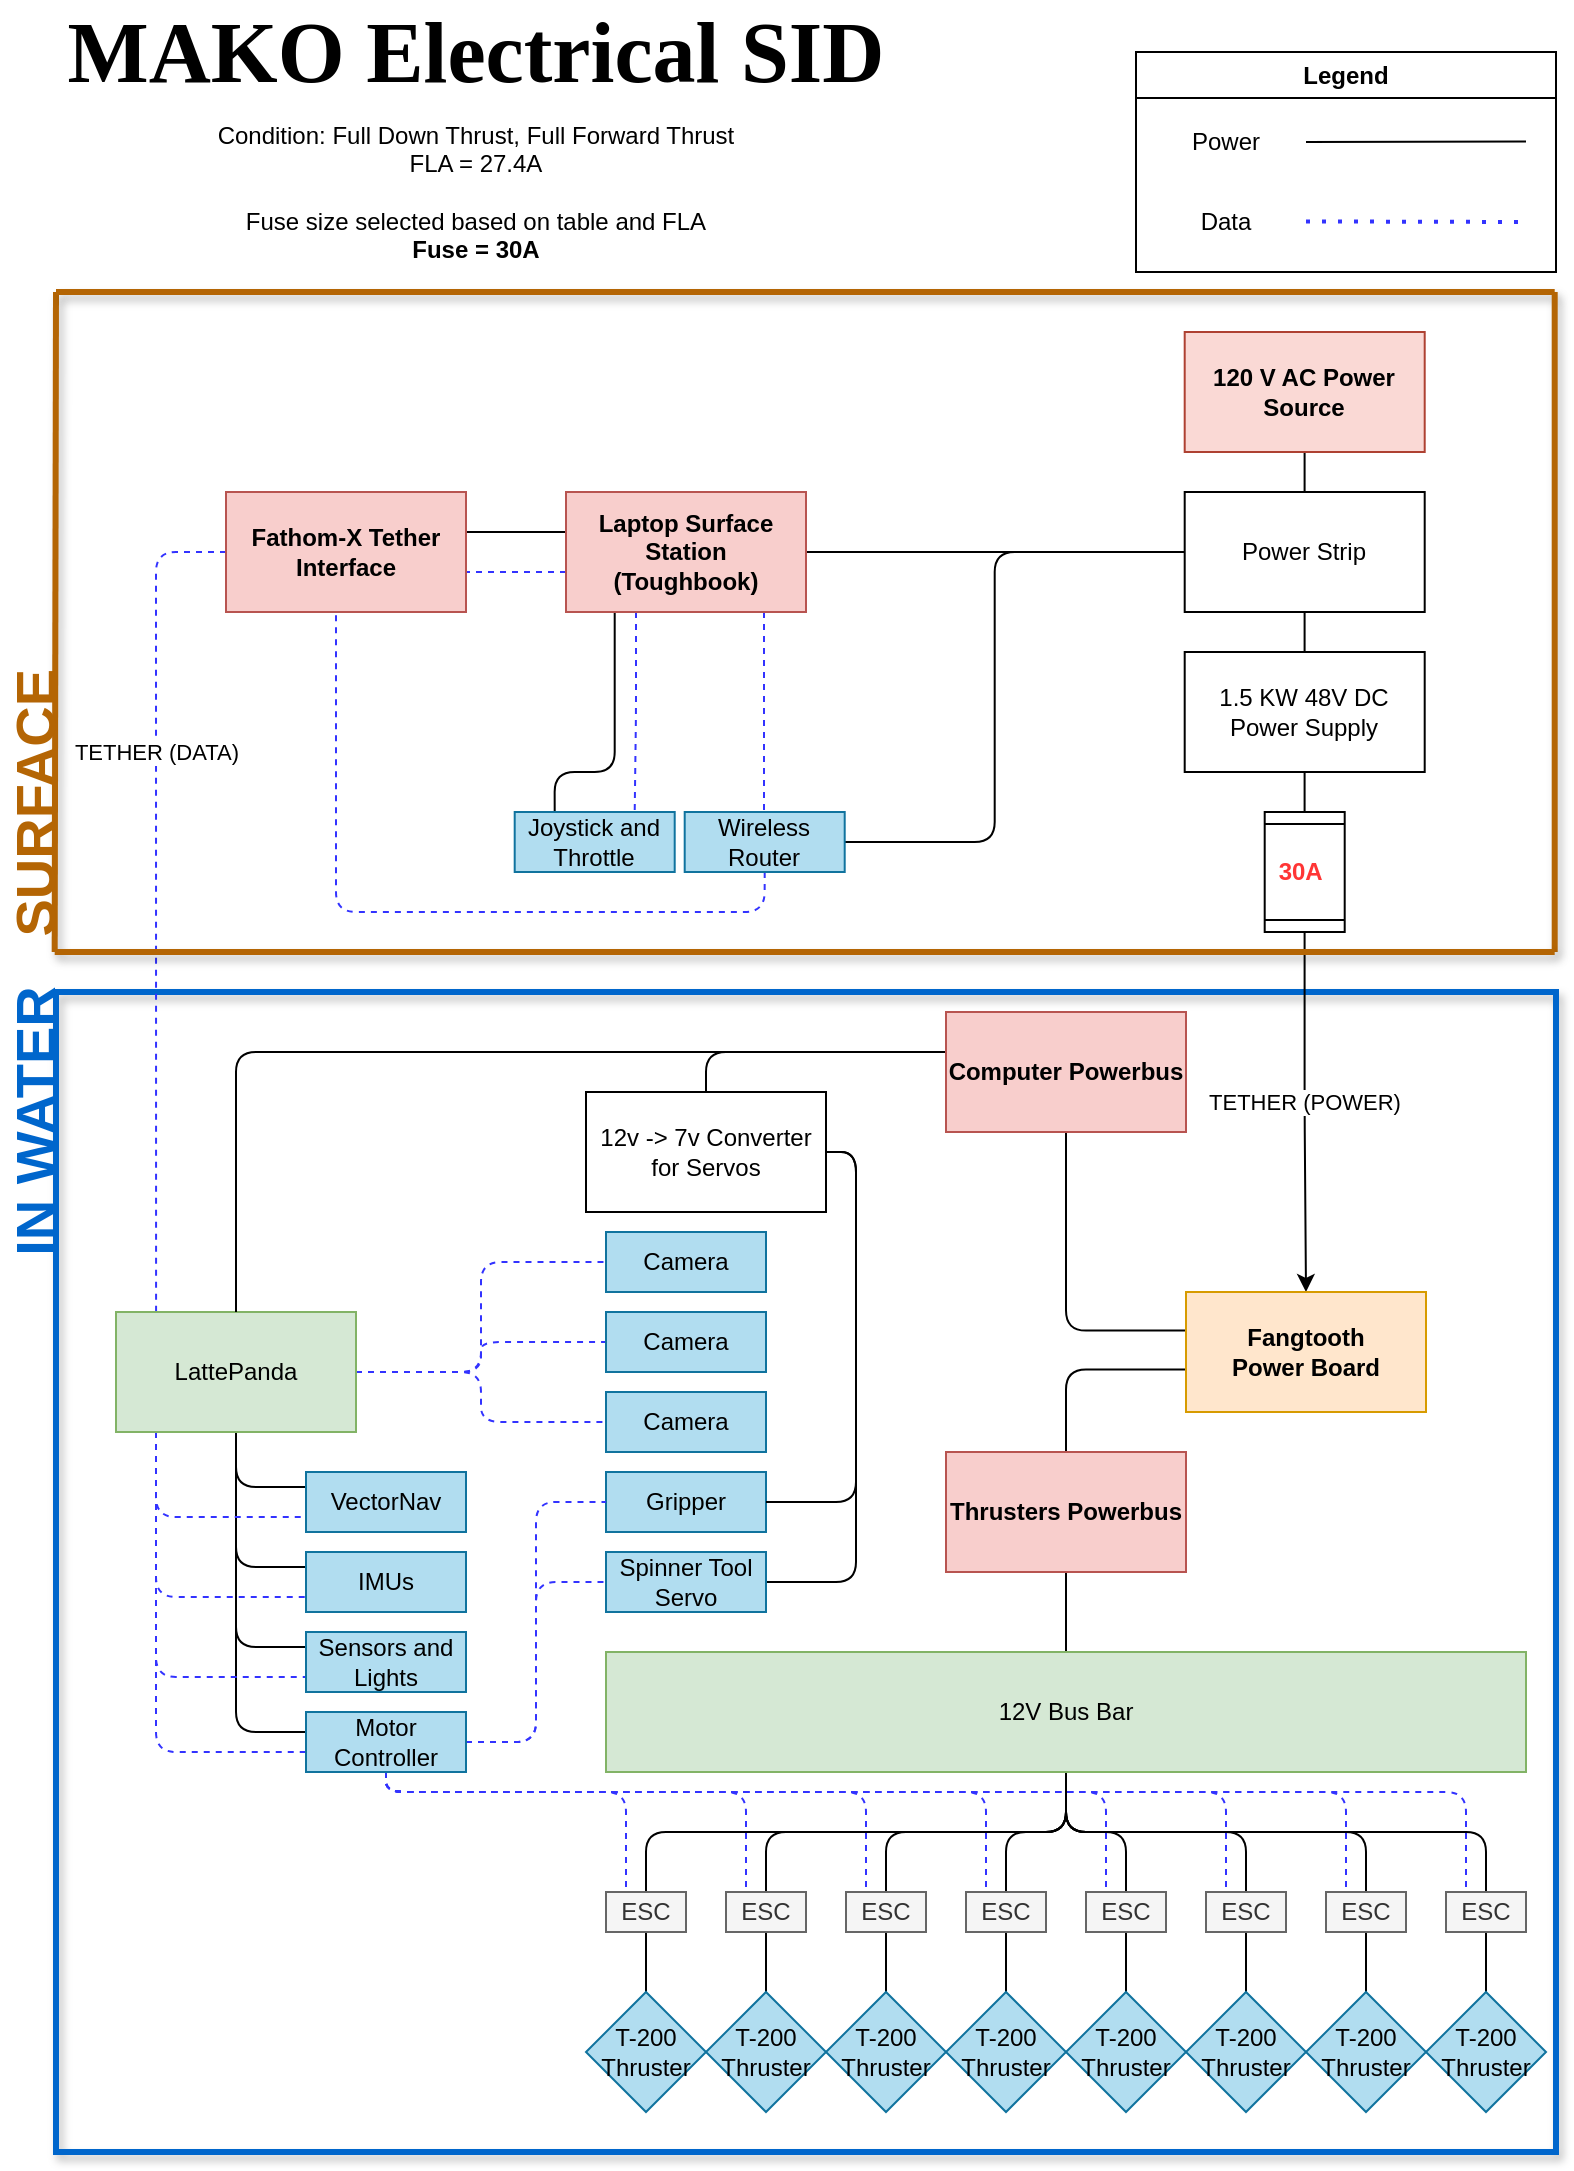
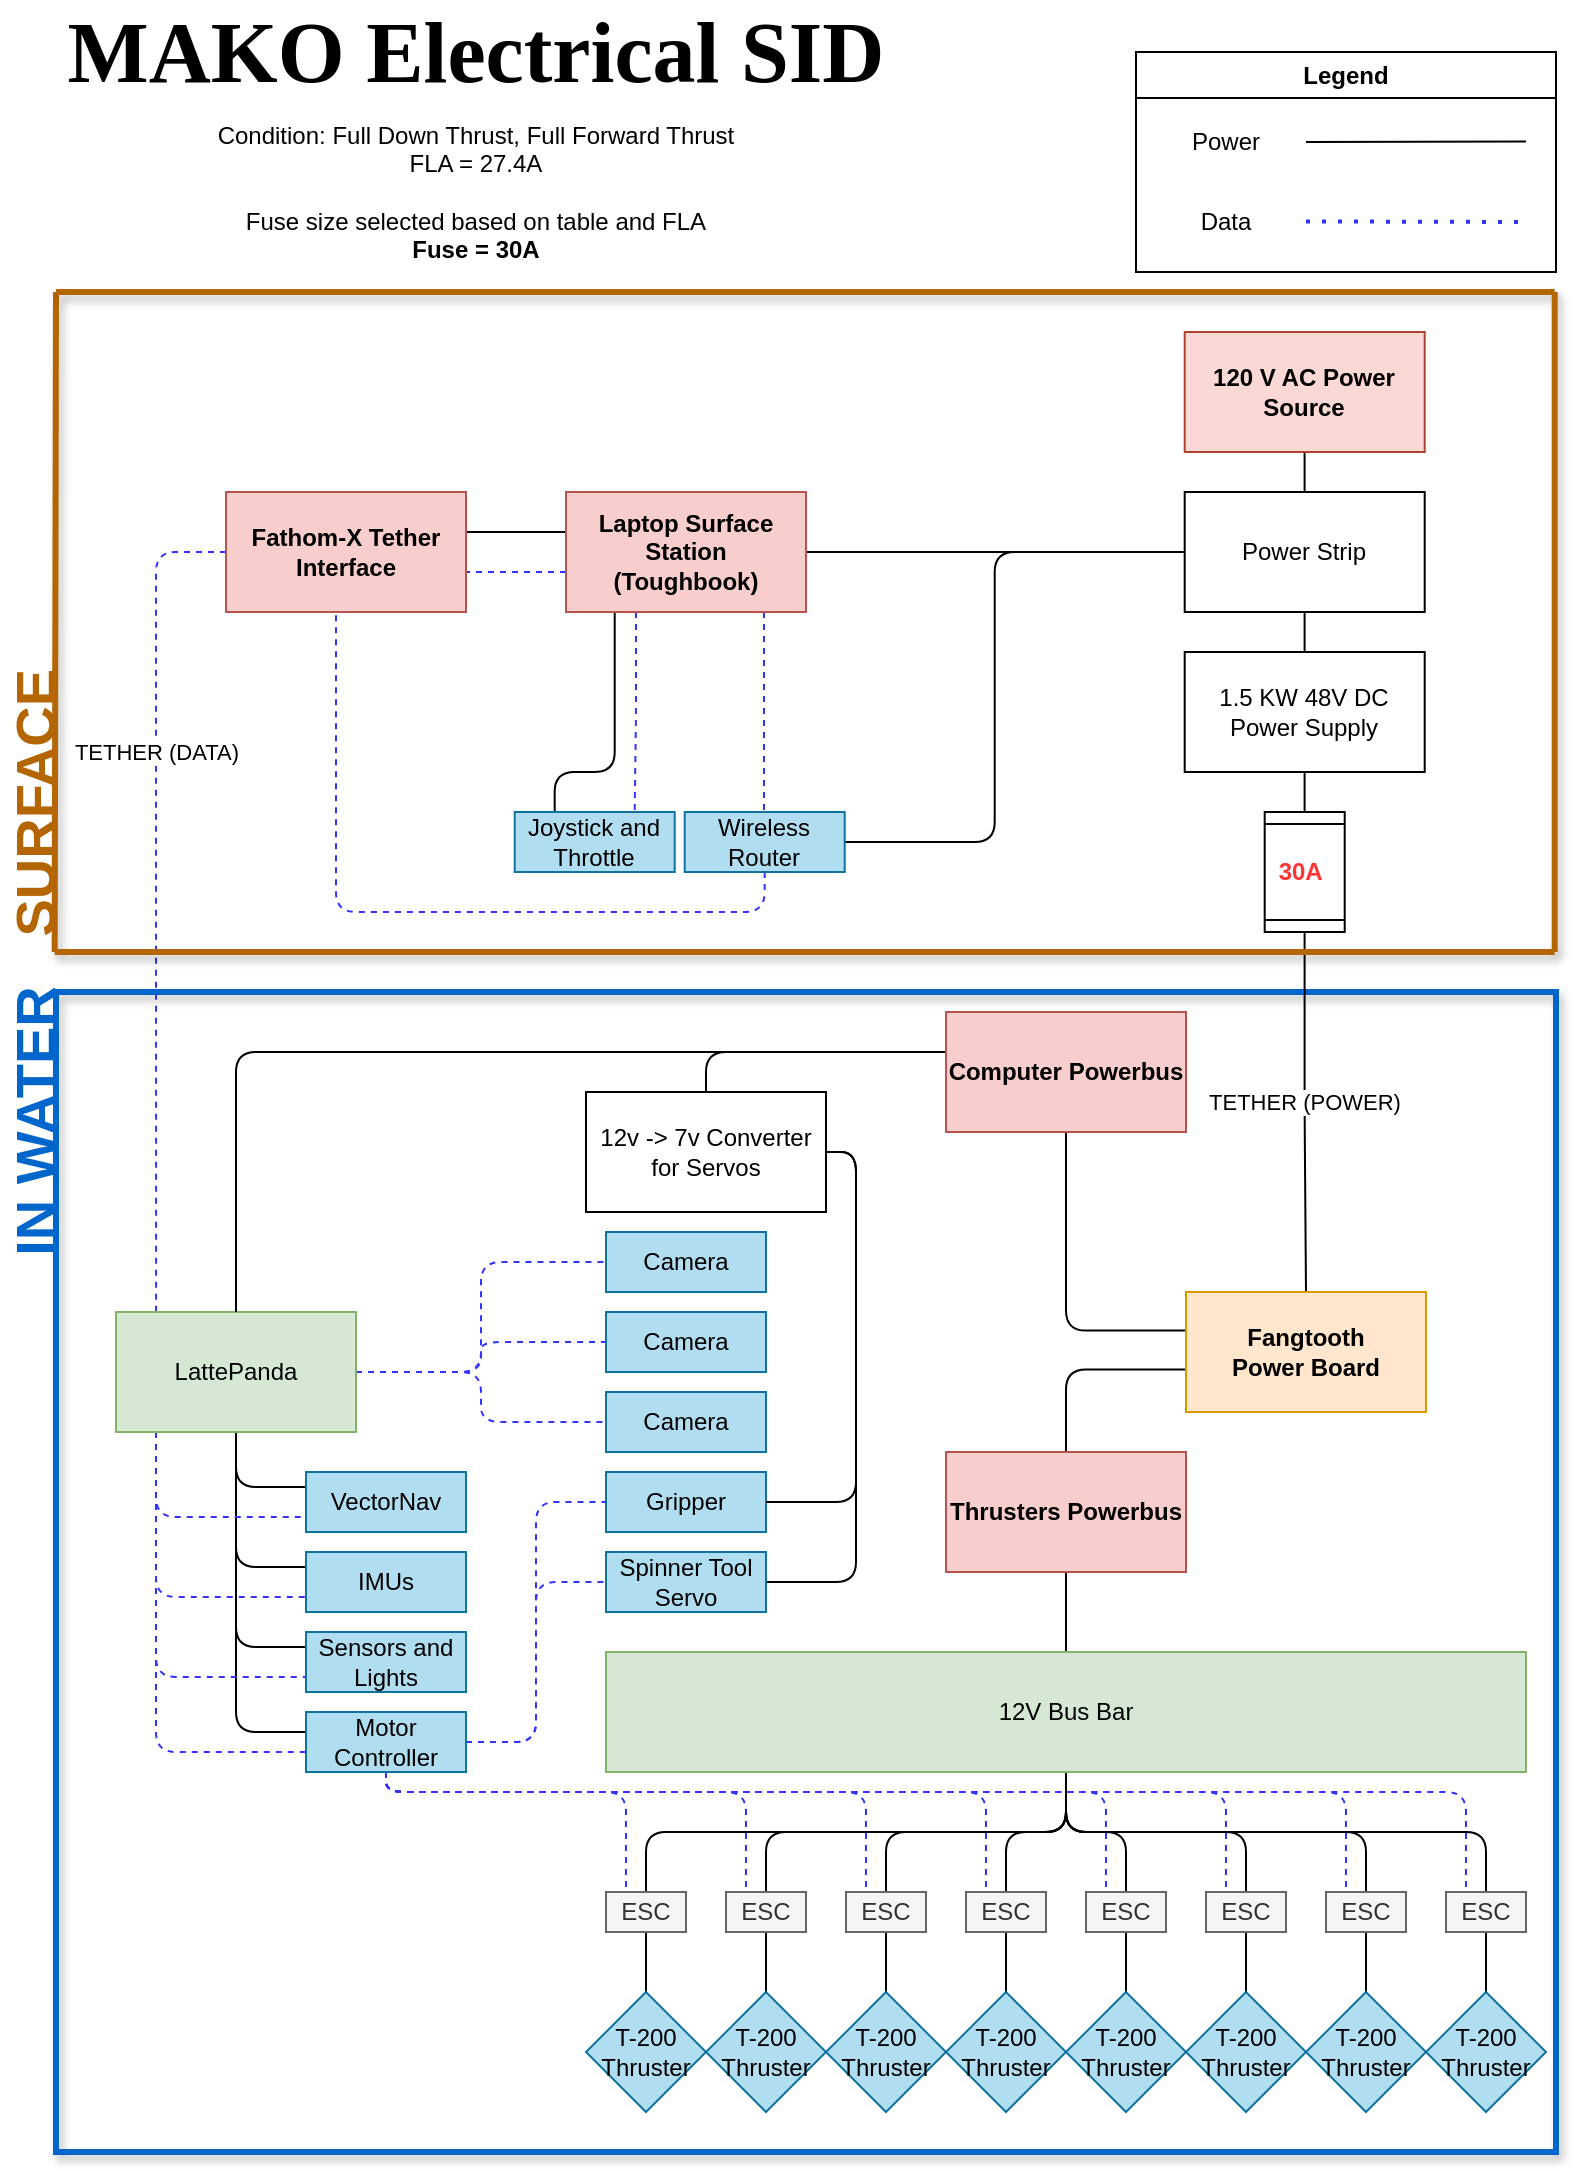
<mxfile host="app.diagrams.net" agent="Mozilla/5.0 (Windows NT 10.0; Win64; x64; rv:139.0) Gecko/20100101 Firefox/139.0">
  <diagram name="Page-1" id="doaNbLGYiiKzRFzNWdXi">
-     <mxGraphModel dx="-455" dy="229" grid="1" gridSize="10" guides="1" tooltips="1" connect="1" arrows="1" fold="1" page="1" pageScale="1" pageWidth="850" pageHeight="1100" math="0" shadow="0">
+     <mxGraphModel dx="1204" dy="1192" grid="1" gridSize="10" guides="1" tooltips="1" connect="1" arrows="1" fold="1" page="1" pageScale="1" pageWidth="850" pageHeight="1100" math="0" shadow="0">
      <root>
        <mxCell id="0" />
        <mxCell id="1" parent="0" />
        <mxCell id="0vSBfI8_46AL9H7hPHAw-18" parent="1" style="rounded=0;whiteSpace=wrap;html=1;fillColor=none;strokeWidth=3;strokeColor=#0066CC;glass=0;shadow=1;" value="" vertex="1">
          <mxGeometry height="580" width="750" x="890" y="500" as="geometry" />
        </mxCell>
        <mxCell id="59XTsty1G1Yx93DkZX_j-1" parent="1" style="text;html=1;whiteSpace=wrap;strokeColor=none;fillColor=none;align=center;verticalAlign=middle;rounded=0;fontFamily=Times New Roman;fontStyle=1" value="&lt;font style=&quot;font-size: 43px;&quot;&gt;&lt;span&gt;MAKO Electrical SID&lt;/span&gt;&lt;/font&gt;" vertex="1">
          <mxGeometry height="40" width="420" x="890" y="10" as="geometry" />
        </mxCell>
        <mxCell id="59XTsty1G1Yx93DkZX_j-24" edge="1" parent="1" style="edgeStyle=orthogonalEdgeStyle;rounded=0;orthogonalLoop=1;jettySize=auto;html=1;exitX=0.5;exitY=1;exitDx=0;exitDy=0;">
          <mxGeometry relative="1" as="geometry">
            <mxPoint x="1435" y="910" as="sourcePoint" />
            <mxPoint x="1435" y="910" as="targetPoint" />
          </mxGeometry>
        </mxCell>
        <mxCell id="59XTsty1G1Yx93DkZX_j-45" parent="1" style="swimlane;whiteSpace=wrap;html=1;" value="Legend" vertex="1">
          <mxGeometry height="110" width="210" x="1430" y="30" as="geometry" />
        </mxCell>
        <mxCell id="59XTsty1G1Yx93DkZX_j-46" parent="59XTsty1G1Yx93DkZX_j-45" style="text;html=1;whiteSpace=wrap;strokeColor=none;fillColor=none;align=center;verticalAlign=middle;rounded=0;" value="Power" vertex="1">
          <mxGeometry height="30" width="60" x="15" y="30" as="geometry" />
        </mxCell>
        <mxCell id="59XTsty1G1Yx93DkZX_j-47" parent="59XTsty1G1Yx93DkZX_j-45" style="text;html=1;whiteSpace=wrap;strokeColor=none;fillColor=none;align=center;verticalAlign=middle;rounded=0;" value="Data" vertex="1">
          <mxGeometry height="30" width="60" x="15" y="70" as="geometry" />
        </mxCell>
        <mxCell id="59XTsty1G1Yx93DkZX_j-53" edge="1" parent="59XTsty1G1Yx93DkZX_j-45" style="endArrow=none;dashed=1;html=1;dashPattern=1 3;strokeWidth=2;strokeColor=#3333FF;" value="">
          <mxGeometry height="50" relative="1" width="50" as="geometry">
            <mxPoint x="85" y="84.72" as="sourcePoint" />
            <mxPoint x="195" y="85" as="targetPoint" />
          </mxGeometry>
        </mxCell>
        <mxCell id="59XTsty1G1Yx93DkZX_j-54" edge="1" parent="59XTsty1G1Yx93DkZX_j-45" style="endArrow=none;html=1;strokeColor=#000000;" value="">
          <mxGeometry height="50" relative="1" width="50" as="geometry">
            <mxPoint x="85" y="45.06" as="sourcePoint" />
            <mxPoint x="195" y="44.78" as="targetPoint" />
          </mxGeometry>
        </mxCell>
        <mxCell id="59XTsty1G1Yx93DkZX_j-216" edge="1" parent="1" source="59XTsty1G1Yx93DkZX_j-57" style="edgeStyle=orthogonalEdgeStyle;orthogonalLoop=1;jettySize=auto;html=1;endArrow=none;endFill=0;" target="59XTsty1G1Yx93DkZX_j-208" value="">
          <mxGeometry relative="1" as="geometry" />
        </mxCell>
        <mxCell id="59XTsty1G1Yx93DkZX_j-57" parent="1" style="rounded=0;whiteSpace=wrap;html=1;fillColor=#fad9d5;strokeColor=#ae4132;fontStyle=1" value="120 V AC Power Source" vertex="1">
          <mxGeometry height="60" width="120" x="1454.35" y="170" as="geometry" />
        </mxCell>
        <mxCell id="59XTsty1G1Yx93DkZX_j-71" edge="1" parent="1" source="59XTsty1G1Yx93DkZX_j-66" style="edgeStyle=orthogonalEdgeStyle;orthogonalLoop=1;jettySize=auto;html=1;endArrow=none;endFill=0;" target="59XTsty1G1Yx93DkZX_j-70" value="">
          <mxGeometry relative="1" as="geometry" />
        </mxCell>
        <mxCell id="59XTsty1G1Yx93DkZX_j-66" parent="1" style="rounded=0;whiteSpace=wrap;html=1;" value="&lt;div&gt;1.5 KW 48V DC Power Supply&lt;/div&gt;" vertex="1">
          <mxGeometry height="60" width="120" x="1454.35" y="330" as="geometry" />
        </mxCell>
-         <mxCell id="59XTsty1G1Yx93DkZX_j-81" edge="1" parent="1" source="59XTsty1G1Yx93DkZX_j-70" style="edgeStyle=orthogonalEdgeStyle;orthogonalLoop=1;jettySize=auto;html=1;entryX=0.5;entryY=0;entryDx=0;entryDy=0;" target="59XTsty1G1Yx93DkZX_j-101" value="">
+         <mxCell id="59XTsty1G1Yx93DkZX_j-81" edge="1" parent="1" source="59XTsty1G1Yx93DkZX_j-70" style="edgeStyle=orthogonalEdgeStyle;orthogonalLoop=1;jettySize=auto;html=1;entryX=0.5;entryY=0;entryDx=0;entryDy=0;endArrow=none;endFill=0;" target="59XTsty1G1Yx93DkZX_j-101" value="">
          <mxGeometry relative="1" as="geometry">
            <mxPoint x="1515" y="470" as="targetPoint" />
          </mxGeometry>
        </mxCell>
        <mxCell id="59XTsty1G1Yx93DkZX_j-99" connectable="0" parent="59XTsty1G1Yx93DkZX_j-81" style="edgeLabel;html=1;align=center;verticalAlign=middle;resizable=0;points=[];" value="TETHER (POWER)" vertex="1">
          <mxGeometry relative="1" x="-0.062" y="-1" as="geometry">
            <mxPoint as="offset" />
          </mxGeometry>
        </mxCell>
        <mxCell id="59XTsty1G1Yx93DkZX_j-70" parent="1" style="shape=process;whiteSpace=wrap;html=1;backgroundOutline=1;rounded=0;direction=south;" value="&lt;div&gt;&lt;b style=&quot;color: rgb(255, 53, 53);&quot;&gt;30A&amp;nbsp;&lt;/b&gt;&lt;/div&gt;" vertex="1">
          <mxGeometry height="60" width="40" x="1494.35" y="410" as="geometry" />
        </mxCell>
        <mxCell id="59XTsty1G1Yx93DkZX_j-83" parent="1" style="text;html=1;whiteSpace=wrap;strokeColor=none;fillColor=none;align=center;verticalAlign=middle;rounded=0;" value="&lt;div&gt;Condition: Full Down Thrust, Full Forward Thrust&lt;/div&gt;&lt;div&gt;FLA = 27.4A&lt;/div&gt;&lt;div&gt;&lt;br&gt;&lt;/div&gt;&lt;div&gt;Fuse size selected based on table and FLA&lt;/div&gt;&lt;div&gt;&lt;b&gt;Fuse = 30A&lt;/b&gt;&lt;/div&gt;" vertex="1">
          <mxGeometry height="80" width="410" x="894.9999999999999" y="60" as="geometry" />
        </mxCell>
        <mxCell id="59XTsty1G1Yx93DkZX_j-205" edge="1" parent="1" source="59XTsty1G1Yx93DkZX_j-101" style="edgeStyle=orthogonalEdgeStyle;orthogonalLoop=1;jettySize=auto;html=1;entryX=0.5;entryY=1;entryDx=0;entryDy=0;exitX=-0.004;exitY=0.321;exitDx=0;exitDy=0;exitPerimeter=0;endArrow=none;endFill=0;" target="59XTsty1G1Yx93DkZX_j-180">
          <mxGeometry relative="1" as="geometry" />
        </mxCell>
        <mxCell id="59XTsty1G1Yx93DkZX_j-206" edge="1" parent="1" source="59XTsty1G1Yx93DkZX_j-101" style="edgeStyle=orthogonalEdgeStyle;orthogonalLoop=1;jettySize=auto;html=1;exitX=0.001;exitY=0.645;exitDx=0;exitDy=0;exitPerimeter=0;endArrow=none;endFill=0;" target="59XTsty1G1Yx93DkZX_j-102">
          <mxGeometry relative="1" as="geometry" />
        </mxCell>
        <mxCell id="59XTsty1G1Yx93DkZX_j-101" parent="1" style="rounded=0;whiteSpace=wrap;html=1;fillColor=#ffe6cc;strokeColor=#d79b00;fontStyle=1" value="&lt;div&gt;Fangtooth&lt;/div&gt;&lt;div&gt;Power Board&lt;/div&gt;" vertex="1">
          <mxGeometry height="60" width="120" x="1455" y="650" as="geometry" />
        </mxCell>
        <mxCell id="59XTsty1G1Yx93DkZX_j-113" edge="1" parent="1" source="59XTsty1G1Yx93DkZX_j-102" style="edgeStyle=orthogonalEdgeStyle;orthogonalLoop=1;jettySize=auto;html=1;entryX=0.5;entryY=0;entryDx=0;entryDy=0;endArrow=none;endFill=0;" target="59XTsty1G1Yx93DkZX_j-108">
          <mxGeometry relative="1" as="geometry" />
        </mxCell>
        <mxCell id="59XTsty1G1Yx93DkZX_j-102" parent="1" style="rounded=0;whiteSpace=wrap;html=1;fillColor=#f8cecc;strokeColor=#b85450;fontStyle=1" value="Thrusters Powerbus" vertex="1">
          <mxGeometry height="60" width="120" x="1335" y="730" as="geometry" />
        </mxCell>
        <mxCell id="59XTsty1G1Yx93DkZX_j-135" edge="1" parent="1" source="59XTsty1G1Yx93DkZX_j-108" style="edgeStyle=orthogonalEdgeStyle;orthogonalLoop=1;jettySize=auto;html=1;entryX=0.5;entryY=0;entryDx=0;entryDy=0;endArrow=none;endFill=0;" target="59XTsty1G1Yx93DkZX_j-116">
          <mxGeometry relative="1" as="geometry" />
        </mxCell>
        <mxCell id="59XTsty1G1Yx93DkZX_j-137" edge="1" parent="1" source="59XTsty1G1Yx93DkZX_j-108" style="edgeStyle=orthogonalEdgeStyle;orthogonalLoop=1;jettySize=auto;html=1;entryX=0.5;entryY=0;entryDx=0;entryDy=0;endArrow=none;endFill=0;" target="59XTsty1G1Yx93DkZX_j-120">
          <mxGeometry relative="1" as="geometry" />
        </mxCell>
        <mxCell id="59XTsty1G1Yx93DkZX_j-138" edge="1" parent="1" source="59XTsty1G1Yx93DkZX_j-108" style="edgeStyle=orthogonalEdgeStyle;orthogonalLoop=1;jettySize=auto;html=1;entryX=0.5;entryY=0;entryDx=0;entryDy=0;endArrow=none;endFill=0;" target="59XTsty1G1Yx93DkZX_j-117">
          <mxGeometry relative="1" as="geometry" />
        </mxCell>
        <mxCell id="59XTsty1G1Yx93DkZX_j-139" edge="1" parent="1" source="59XTsty1G1Yx93DkZX_j-108" style="edgeStyle=orthogonalEdgeStyle;orthogonalLoop=1;jettySize=auto;html=1;entryX=0.5;entryY=0;entryDx=0;entryDy=0;endArrow=none;endFill=0;" target="59XTsty1G1Yx93DkZX_j-118">
          <mxGeometry relative="1" as="geometry" />
        </mxCell>
        <mxCell id="59XTsty1G1Yx93DkZX_j-140" edge="1" parent="1" source="59XTsty1G1Yx93DkZX_j-108" style="edgeStyle=orthogonalEdgeStyle;orthogonalLoop=1;jettySize=auto;html=1;entryX=0.5;entryY=0;entryDx=0;entryDy=0;endArrow=none;endFill=0;" target="59XTsty1G1Yx93DkZX_j-121">
          <mxGeometry relative="1" as="geometry" />
        </mxCell>
        <mxCell id="59XTsty1G1Yx93DkZX_j-141" edge="1" parent="1" source="59XTsty1G1Yx93DkZX_j-108" style="edgeStyle=orthogonalEdgeStyle;orthogonalLoop=1;jettySize=auto;html=1;entryX=0.5;entryY=0;entryDx=0;entryDy=0;endArrow=none;endFill=0;" target="59XTsty1G1Yx93DkZX_j-122">
          <mxGeometry relative="1" as="geometry" />
        </mxCell>
        <mxCell id="59XTsty1G1Yx93DkZX_j-142" edge="1" parent="1" source="59XTsty1G1Yx93DkZX_j-108" style="edgeStyle=orthogonalEdgeStyle;orthogonalLoop=1;jettySize=auto;html=1;entryX=0.5;entryY=0;entryDx=0;entryDy=0;endArrow=none;endFill=0;" target="59XTsty1G1Yx93DkZX_j-123">
          <mxGeometry relative="1" as="geometry" />
        </mxCell>
        <mxCell id="59XTsty1G1Yx93DkZX_j-143" edge="1" parent="1" source="59XTsty1G1Yx93DkZX_j-108" style="edgeStyle=orthogonalEdgeStyle;orthogonalLoop=1;jettySize=auto;html=1;endArrow=none;endFill=0;" target="59XTsty1G1Yx93DkZX_j-124">
          <mxGeometry relative="1" as="geometry" />
        </mxCell>
        <mxCell id="59XTsty1G1Yx93DkZX_j-108" parent="1" style="rounded=0;whiteSpace=wrap;html=1;fillColor=#d5e8d4;strokeColor=#82b366;fontStyle=0" value="&lt;span&gt;12V Bus Bar&lt;/span&gt;" vertex="1">
          <mxGeometry height="60" width="460" x="1165" y="830" as="geometry" />
        </mxCell>
        <mxCell id="59XTsty1G1Yx93DkZX_j-158" edge="1" parent="1" source="59XTsty1G1Yx93DkZX_j-111" style="edgeStyle=orthogonalEdgeStyle;orthogonalLoop=1;jettySize=auto;html=1;entryX=0;entryY=0.5;entryDx=0;entryDy=0;dashed=1;strokeColor=#3333FF;endArrow=none;endFill=0;" target="59XTsty1G1Yx93DkZX_j-154">
          <mxGeometry relative="1" as="geometry" />
        </mxCell>
        <mxCell id="59XTsty1G1Yx93DkZX_j-159" edge="1" parent="1" source="59XTsty1G1Yx93DkZX_j-111" style="edgeStyle=orthogonalEdgeStyle;orthogonalLoop=1;jettySize=auto;html=1;entryX=0;entryY=0.5;entryDx=0;entryDy=0;dashed=1;strokeColor=#3333FF;endArrow=none;endFill=0;" target="59XTsty1G1Yx93DkZX_j-153">
          <mxGeometry relative="1" as="geometry" />
        </mxCell>
        <mxCell id="59XTsty1G1Yx93DkZX_j-232" edge="1" parent="1" source="59XTsty1G1Yx93DkZX_j-111" style="edgeStyle=orthogonalEdgeStyle;orthogonalLoop=1;jettySize=auto;html=1;entryX=0;entryY=0.25;entryDx=0;entryDy=0;endArrow=none;endFill=0;" target="59XTsty1G1Yx93DkZX_j-164">
          <mxGeometry relative="1" as="geometry">
            <Array as="points">
              <mxPoint x="980" y="748" />
            </Array>
          </mxGeometry>
        </mxCell>
        <mxCell id="59XTsty1G1Yx93DkZX_j-233" edge="1" parent="1" source="59XTsty1G1Yx93DkZX_j-111" style="edgeStyle=orthogonalEdgeStyle;orthogonalLoop=1;jettySize=auto;html=1;entryX=0;entryY=0.25;entryDx=0;entryDy=0;endArrow=none;endFill=0;" target="59XTsty1G1Yx93DkZX_j-163">
          <mxGeometry relative="1" as="geometry">
            <Array as="points">
              <mxPoint x="980" y="788" />
            </Array>
          </mxGeometry>
        </mxCell>
        <mxCell id="59XTsty1G1Yx93DkZX_j-234" edge="1" parent="1" source="59XTsty1G1Yx93DkZX_j-111" style="edgeStyle=orthogonalEdgeStyle;orthogonalLoop=1;jettySize=auto;html=1;entryX=0;entryY=0.25;entryDx=0;entryDy=0;endArrow=none;endFill=0;" target="59XTsty1G1Yx93DkZX_j-165">
          <mxGeometry relative="1" as="geometry">
            <Array as="points">
              <mxPoint x="980" y="828" />
            </Array>
          </mxGeometry>
        </mxCell>
        <mxCell id="59XTsty1G1Yx93DkZX_j-235" edge="1" parent="1" source="59XTsty1G1Yx93DkZX_j-111" style="edgeStyle=orthogonalEdgeStyle;orthogonalLoop=1;jettySize=auto;html=1;entryX=0.003;entryY=0.353;entryDx=0;entryDy=0;entryPerimeter=0;endArrow=none;endFill=0;" target="59XTsty1G1Yx93DkZX_j-231">
          <mxGeometry relative="1" as="geometry">
            <Array as="points">
              <mxPoint x="980" y="870" />
              <mxPoint x="1015" y="870" />
            </Array>
          </mxGeometry>
        </mxCell>
        <mxCell id="59XTsty1G1Yx93DkZX_j-236" edge="1" parent="1" source="59XTsty1G1Yx93DkZX_j-111" style="edgeStyle=orthogonalEdgeStyle;orthogonalLoop=1;jettySize=auto;html=1;entryX=-0.002;entryY=0.647;entryDx=0;entryDy=0;dashed=1;strokeColor=#3333FF;entryPerimeter=0;endArrow=none;endFill=0;" target="59XTsty1G1Yx93DkZX_j-231">
          <mxGeometry relative="1" as="geometry">
            <Array as="points">
              <mxPoint x="940" y="880" />
              <mxPoint x="1015" y="880" />
            </Array>
          </mxGeometry>
        </mxCell>
        <mxCell id="59XTsty1G1Yx93DkZX_j-237" edge="1" parent="1" source="59XTsty1G1Yx93DkZX_j-111" style="edgeStyle=orthogonalEdgeStyle;orthogonalLoop=1;jettySize=auto;html=1;entryX=0;entryY=0.75;entryDx=0;entryDy=0;dashed=1;strokeColor=#3333FF;endArrow=none;endFill=0;" target="59XTsty1G1Yx93DkZX_j-165">
          <mxGeometry relative="1" as="geometry">
            <Array as="points">
              <mxPoint x="940" y="843" />
            </Array>
          </mxGeometry>
        </mxCell>
        <mxCell id="59XTsty1G1Yx93DkZX_j-238" edge="1" parent="1" source="59XTsty1G1Yx93DkZX_j-111" style="edgeStyle=orthogonalEdgeStyle;orthogonalLoop=1;jettySize=auto;html=1;entryX=0;entryY=0.75;entryDx=0;entryDy=0;dashed=1;strokeColor=#3333FF;endArrow=none;endFill=0;" target="59XTsty1G1Yx93DkZX_j-163">
          <mxGeometry relative="1" as="geometry">
            <Array as="points">
              <mxPoint x="940" y="803" />
            </Array>
          </mxGeometry>
        </mxCell>
        <mxCell id="59XTsty1G1Yx93DkZX_j-239" edge="1" parent="1" source="59XTsty1G1Yx93DkZX_j-111" style="edgeStyle=orthogonalEdgeStyle;orthogonalLoop=1;jettySize=auto;html=1;entryX=0;entryY=0.75;entryDx=0;entryDy=0;dashed=1;strokeColor=#3333FF;endArrow=none;endFill=0;" target="59XTsty1G1Yx93DkZX_j-164">
          <mxGeometry relative="1" as="geometry">
            <Array as="points">
              <mxPoint x="940" y="763" />
            </Array>
          </mxGeometry>
        </mxCell>
        <mxCell id="0vSBfI8_46AL9H7hPHAw-38" edge="1" parent="1" source="59XTsty1G1Yx93DkZX_j-111" style="edgeStyle=orthogonalEdgeStyle;rounded=1;orthogonalLoop=1;jettySize=auto;html=1;entryX=0;entryY=0.5;entryDx=0;entryDy=0;curved=0;endArrow=none;endFill=0;dashed=1;strokeColor=#3333FF;" target="0vSBfI8_46AL9H7hPHAw-37">
          <mxGeometry relative="1" as="geometry" />
        </mxCell>
        <mxCell id="59XTsty1G1Yx93DkZX_j-111" parent="1" style="rounded=0;whiteSpace=wrap;html=1;fillColor=#d5e8d4;strokeColor=#82b366;" value="LattePanda" vertex="1">
          <mxGeometry height="60" width="120" x="920" y="660" as="geometry" />
        </mxCell>
        <mxCell id="59XTsty1G1Yx93DkZX_j-145" edge="1" parent="1" source="59XTsty1G1Yx93DkZX_j-116" style="edgeStyle=orthogonalEdgeStyle;orthogonalLoop=1;jettySize=auto;html=1;entryX=0.5;entryY=0;entryDx=0;entryDy=0;endArrow=none;endFill=0;" target="59XTsty1G1Yx93DkZX_j-126">
          <mxGeometry relative="1" as="geometry" />
        </mxCell>
        <mxCell id="59XTsty1G1Yx93DkZX_j-116" parent="1" style="rounded=0;whiteSpace=wrap;html=1;fillColor=#f5f5f5;fontColor=#333333;strokeColor=#666666;" value="ESC" vertex="1">
          <mxGeometry height="20" width="40" x="1165" y="950" as="geometry" />
        </mxCell>
        <mxCell id="59XTsty1G1Yx93DkZX_j-147" edge="1" parent="1" source="59XTsty1G1Yx93DkZX_j-117" style="edgeStyle=orthogonalEdgeStyle;orthogonalLoop=1;jettySize=auto;html=1;entryX=0.5;entryY=0;entryDx=0;entryDy=0;endArrow=none;endFill=0;" target="59XTsty1G1Yx93DkZX_j-128">
          <mxGeometry relative="1" as="geometry" />
        </mxCell>
        <mxCell id="59XTsty1G1Yx93DkZX_j-117" parent="1" style="rounded=0;whiteSpace=wrap;html=1;fillColor=#f5f5f5;fontColor=#333333;strokeColor=#666666;" value="ESC" vertex="1">
          <mxGeometry height="20" width="40" x="1285" y="950" as="geometry" />
        </mxCell>
        <mxCell id="59XTsty1G1Yx93DkZX_j-148" edge="1" parent="1" source="59XTsty1G1Yx93DkZX_j-118" style="edgeStyle=orthogonalEdgeStyle;orthogonalLoop=1;jettySize=auto;html=1;entryX=0.5;entryY=0;entryDx=0;entryDy=0;endArrow=none;endFill=0;" target="59XTsty1G1Yx93DkZX_j-129">
          <mxGeometry relative="1" as="geometry" />
        </mxCell>
        <mxCell id="59XTsty1G1Yx93DkZX_j-118" parent="1" style="rounded=0;whiteSpace=wrap;html=1;fillColor=#f5f5f5;fontColor=#333333;strokeColor=#666666;" value="ESC" vertex="1">
          <mxGeometry height="20" width="40" x="1345" y="950" as="geometry" />
        </mxCell>
        <mxCell id="59XTsty1G1Yx93DkZX_j-146" edge="1" parent="1" source="59XTsty1G1Yx93DkZX_j-120" style="edgeStyle=orthogonalEdgeStyle;orthogonalLoop=1;jettySize=auto;html=1;entryX=0.5;entryY=0;entryDx=0;entryDy=0;endArrow=none;endFill=0;" target="59XTsty1G1Yx93DkZX_j-127">
          <mxGeometry relative="1" as="geometry" />
        </mxCell>
        <mxCell id="59XTsty1G1Yx93DkZX_j-120" parent="1" style="rounded=0;whiteSpace=wrap;html=1;fillColor=#f5f5f5;fontColor=#333333;strokeColor=#666666;" value="ESC" vertex="1">
          <mxGeometry height="20" width="40" x="1225" y="950" as="geometry" />
        </mxCell>
        <mxCell id="59XTsty1G1Yx93DkZX_j-149" edge="1" parent="1" source="59XTsty1G1Yx93DkZX_j-121" style="edgeStyle=orthogonalEdgeStyle;orthogonalLoop=1;jettySize=auto;html=1;entryX=0.5;entryY=0;entryDx=0;entryDy=0;endArrow=none;endFill=0;" target="59XTsty1G1Yx93DkZX_j-130">
          <mxGeometry relative="1" as="geometry" />
        </mxCell>
        <mxCell id="59XTsty1G1Yx93DkZX_j-121" parent="1" style="rounded=0;whiteSpace=wrap;html=1;fillColor=#f5f5f5;fontColor=#333333;strokeColor=#666666;" value="ESC" vertex="1">
          <mxGeometry height="20" width="40" x="1405" y="950" as="geometry" />
        </mxCell>
        <mxCell id="59XTsty1G1Yx93DkZX_j-150" edge="1" parent="1" source="59XTsty1G1Yx93DkZX_j-122" style="edgeStyle=orthogonalEdgeStyle;orthogonalLoop=1;jettySize=auto;html=1;entryX=0.5;entryY=0;entryDx=0;entryDy=0;endArrow=none;endFill=0;" target="59XTsty1G1Yx93DkZX_j-131">
          <mxGeometry relative="1" as="geometry" />
        </mxCell>
        <mxCell id="59XTsty1G1Yx93DkZX_j-122" parent="1" style="rounded=0;whiteSpace=wrap;html=1;fillColor=#f5f5f5;fontColor=#333333;strokeColor=#666666;" value="ESC" vertex="1">
          <mxGeometry height="20" width="40" x="1465" y="950" as="geometry" />
        </mxCell>
        <mxCell id="59XTsty1G1Yx93DkZX_j-151" edge="1" parent="1" source="59XTsty1G1Yx93DkZX_j-123" style="edgeStyle=orthogonalEdgeStyle;orthogonalLoop=1;jettySize=auto;html=1;entryX=0.5;entryY=0;entryDx=0;entryDy=0;endArrow=none;endFill=0;" target="59XTsty1G1Yx93DkZX_j-132">
          <mxGeometry relative="1" as="geometry" />
        </mxCell>
        <mxCell id="59XTsty1G1Yx93DkZX_j-123" parent="1" style="rounded=0;whiteSpace=wrap;html=1;fillColor=#f5f5f5;fontColor=#333333;strokeColor=#666666;" value="ESC" vertex="1">
          <mxGeometry height="20" width="40" x="1525" y="950" as="geometry" />
        </mxCell>
        <mxCell id="59XTsty1G1Yx93DkZX_j-152" edge="1" parent="1" source="59XTsty1G1Yx93DkZX_j-124" style="edgeStyle=orthogonalEdgeStyle;orthogonalLoop=1;jettySize=auto;html=1;entryX=0.5;entryY=0;entryDx=0;entryDy=0;endArrow=none;endFill=0;" target="59XTsty1G1Yx93DkZX_j-133">
          <mxGeometry relative="1" as="geometry" />
        </mxCell>
        <mxCell id="59XTsty1G1Yx93DkZX_j-124" parent="1" style="rounded=0;whiteSpace=wrap;html=1;fillColor=#f5f5f5;fontColor=#333333;strokeColor=#666666;" value="ESC" vertex="1">
          <mxGeometry height="20" width="40" x="1585" y="950" as="geometry" />
        </mxCell>
        <mxCell id="59XTsty1G1Yx93DkZX_j-126" parent="1" style="rhombus;whiteSpace=wrap;html=1;fillColor=#b1ddf0;strokeColor=#10739e;" value="T-200 Thruster" vertex="1">
          <mxGeometry height="60" width="60" x="1155" y="1000" as="geometry" />
        </mxCell>
        <mxCell id="59XTsty1G1Yx93DkZX_j-127" parent="1" style="rhombus;whiteSpace=wrap;html=1;fillColor=#b1ddf0;strokeColor=#10739e;" value="T-200 Thruster" vertex="1">
          <mxGeometry height="60" width="60" x="1215" y="1000" as="geometry" />
        </mxCell>
        <mxCell id="59XTsty1G1Yx93DkZX_j-128" parent="1" style="rhombus;whiteSpace=wrap;html=1;fillColor=#b1ddf0;strokeColor=#10739e;" value="T-200 Thruster" vertex="1">
          <mxGeometry height="60" width="60" x="1275" y="1000" as="geometry" />
        </mxCell>
        <mxCell id="59XTsty1G1Yx93DkZX_j-129" parent="1" style="rhombus;whiteSpace=wrap;html=1;fillColor=#b1ddf0;strokeColor=#10739e;" value="T-200 Thruster" vertex="1">
          <mxGeometry height="60" width="60" x="1335" y="1000" as="geometry" />
        </mxCell>
        <mxCell id="59XTsty1G1Yx93DkZX_j-130" parent="1" style="rhombus;whiteSpace=wrap;html=1;fillColor=#b1ddf0;strokeColor=#10739e;" value="T-200 Thruster" vertex="1">
          <mxGeometry height="60" width="60" x="1395" y="1000" as="geometry" />
        </mxCell>
        <mxCell id="59XTsty1G1Yx93DkZX_j-131" parent="1" style="rhombus;whiteSpace=wrap;html=1;fillColor=#b1ddf0;strokeColor=#10739e;" value="T-200 Thruster" vertex="1">
          <mxGeometry height="60" width="60" x="1455" y="1000" as="geometry" />
        </mxCell>
        <mxCell id="59XTsty1G1Yx93DkZX_j-132" parent="1" style="rhombus;whiteSpace=wrap;html=1;fillColor=#b1ddf0;strokeColor=#10739e;" value="T-200 Thruster" vertex="1">
          <mxGeometry height="60" width="60" x="1515" y="1000" as="geometry" />
        </mxCell>
        <mxCell id="59XTsty1G1Yx93DkZX_j-133" parent="1" style="rhombus;whiteSpace=wrap;html=1;fillColor=#b1ddf0;strokeColor=#10739e;" value="T-200 Thruster" vertex="1">
          <mxGeometry height="60" width="60" x="1575" y="1000" as="geometry" />
        </mxCell>
        <mxCell id="59XTsty1G1Yx93DkZX_j-153" parent="1" style="rounded=0;whiteSpace=wrap;html=1;fillColor=#b1ddf0;strokeColor=#10739e;" value="Camera" vertex="1">
          <mxGeometry height="30" width="80" x="1165" y="660" as="geometry" />
        </mxCell>
        <mxCell id="59XTsty1G1Yx93DkZX_j-154" parent="1" style="rounded=0;whiteSpace=wrap;html=1;fillColor=#b1ddf0;strokeColor=#10739e;" value="Camera" vertex="1">
          <mxGeometry height="30" width="80" x="1165" y="700" as="geometry" />
        </mxCell>
        <mxCell id="59XTsty1G1Yx93DkZX_j-155" parent="1" style="rounded=0;whiteSpace=wrap;html=1;fillColor=#b1ddf0;strokeColor=#10739e;" value="Gripper" vertex="1">
          <mxGeometry height="30" width="80" x="1165" y="740" as="geometry" />
        </mxCell>
        <mxCell id="59XTsty1G1Yx93DkZX_j-163" parent="1" style="rounded=0;whiteSpace=wrap;html=1;fillColor=#b1ddf0;strokeColor=#10739e;" value="IMUs" vertex="1">
          <mxGeometry height="30" width="80" x="1015" y="780" as="geometry" />
        </mxCell>
        <mxCell id="59XTsty1G1Yx93DkZX_j-164" parent="1" style="rounded=0;whiteSpace=wrap;html=1;fillColor=#b1ddf0;strokeColor=#10739e;" value="VectorNav" vertex="1">
          <mxGeometry height="30" width="80" x="1015" y="740" as="geometry" />
        </mxCell>
        <mxCell id="59XTsty1G1Yx93DkZX_j-165" parent="1" style="rounded=0;whiteSpace=wrap;html=1;fillColor=#b1ddf0;strokeColor=#10739e;" value="Sensors and Lights" vertex="1">
          <mxGeometry height="30" width="80" x="1015" y="820" as="geometry" />
        </mxCell>
        <mxCell id="59XTsty1G1Yx93DkZX_j-185" edge="1" parent="1" source="59XTsty1G1Yx93DkZX_j-179" style="edgeStyle=orthogonalEdgeStyle;orthogonalLoop=1;jettySize=auto;html=1;entryX=1;entryY=0.5;entryDx=0;entryDy=0;endArrow=none;endFill=0;" target="59XTsty1G1Yx93DkZX_j-155">
          <mxGeometry relative="1" as="geometry">
            <Array as="points">
              <mxPoint x="1290" y="580" />
              <mxPoint x="1290" y="755" />
            </Array>
          </mxGeometry>
        </mxCell>
        <mxCell id="0vSBfI8_46AL9H7hPHAw-5" edge="1" parent="1" source="59XTsty1G1Yx93DkZX_j-179" style="edgeStyle=orthogonalEdgeStyle;rounded=1;orthogonalLoop=1;jettySize=auto;html=1;entryX=1;entryY=0.5;entryDx=0;entryDy=0;curved=0;endArrow=none;endFill=0;" target="0vSBfI8_46AL9H7hPHAw-3">
          <mxGeometry relative="1" as="geometry">
            <Array as="points">
              <mxPoint x="1290" y="580" />
              <mxPoint x="1290" y="795" />
            </Array>
          </mxGeometry>
        </mxCell>
        <mxCell id="59XTsty1G1Yx93DkZX_j-179" parent="1" style="rounded=0;whiteSpace=wrap;html=1;" value="12v -&amp;gt; 7v Converter for Servos" vertex="1">
          <mxGeometry height="60" width="120" x="1155" y="550" as="geometry" />
        </mxCell>
        <mxCell id="59XTsty1G1Yx93DkZX_j-183" edge="1" parent="1" source="59XTsty1G1Yx93DkZX_j-180" style="edgeStyle=orthogonalEdgeStyle;orthogonalLoop=1;jettySize=auto;html=1;endArrow=none;endFill=0;" target="59XTsty1G1Yx93DkZX_j-111">
          <mxGeometry relative="1" as="geometry">
            <Array as="points">
              <mxPoint x="980" y="530" />
            </Array>
          </mxGeometry>
        </mxCell>
        <mxCell id="59XTsty1G1Yx93DkZX_j-184" edge="1" parent="1" source="59XTsty1G1Yx93DkZX_j-180" style="edgeStyle=orthogonalEdgeStyle;orthogonalLoop=1;jettySize=auto;html=1;entryX=0.5;entryY=0;entryDx=0;entryDy=0;endArrow=none;endFill=0;" target="59XTsty1G1Yx93DkZX_j-179">
          <mxGeometry relative="1" as="geometry">
            <Array as="points">
              <mxPoint x="1215" y="530" />
            </Array>
          </mxGeometry>
        </mxCell>
        <mxCell id="59XTsty1G1Yx93DkZX_j-180" parent="1" style="rounded=0;whiteSpace=wrap;html=1;fillColor=#f8cecc;strokeColor=#b85450;fontStyle=1" value="Computer Powerbus" vertex="1">
          <mxGeometry height="60" width="120" x="1335" y="510" as="geometry" />
        </mxCell>
        <mxCell id="59XTsty1G1Yx93DkZX_j-218" edge="1" parent="1" source="59XTsty1G1Yx93DkZX_j-208" style="edgeStyle=orthogonalEdgeStyle;orthogonalLoop=1;jettySize=auto;html=1;endArrow=none;endFill=0;" target="59XTsty1G1Yx93DkZX_j-66">
          <mxGeometry relative="1" as="geometry" />
        </mxCell>
        <mxCell id="59XTsty1G1Yx93DkZX_j-219" edge="1" parent="1" source="59XTsty1G1Yx93DkZX_j-208" style="edgeStyle=orthogonalEdgeStyle;orthogonalLoop=1;jettySize=auto;html=1;entryX=1;entryY=0.5;entryDx=0;entryDy=0;endArrow=none;endFill=0;" target="59XTsty1G1Yx93DkZX_j-214">
          <mxGeometry relative="1" as="geometry" />
        </mxCell>
        <mxCell id="59XTsty1G1Yx93DkZX_j-224" edge="1" parent="1" source="59XTsty1G1Yx93DkZX_j-208" style="edgeStyle=orthogonalEdgeStyle;orthogonalLoop=1;jettySize=auto;html=1;entryX=1;entryY=0.5;entryDx=0;entryDy=0;endArrow=none;endFill=0;" target="59XTsty1G1Yx93DkZX_j-221">
          <mxGeometry relative="1" as="geometry">
            <Array as="points">
              <mxPoint x="1359.35" y="280" />
              <mxPoint x="1359.35" y="425" />
            </Array>
          </mxGeometry>
        </mxCell>
        <mxCell id="59XTsty1G1Yx93DkZX_j-208" parent="1" style="rounded=0;whiteSpace=wrap;html=1;" value="Power Strip" vertex="1">
          <mxGeometry height="60" width="120" x="1454.35" y="250" as="geometry" />
        </mxCell>
        <mxCell id="59XTsty1G1Yx93DkZX_j-226" edge="1" parent="1" source="59XTsty1G1Yx93DkZX_j-214" style="edgeStyle=orthogonalEdgeStyle;orthogonalLoop=1;jettySize=auto;html=1;dashed=1;strokeColor=#3333FF;entryX=0.75;entryY=0;entryDx=0;entryDy=0;endArrow=none;endFill=0;" target="59XTsty1G1Yx93DkZX_j-222" value="">
          <mxGeometry relative="1" as="geometry">
            <Array as="points">
              <mxPoint x="1180" y="360" />
              <mxPoint x="1179" y="360" />
            </Array>
          </mxGeometry>
        </mxCell>
        <mxCell id="59XTsty1G1Yx93DkZX_j-227" edge="1" parent="1" source="59XTsty1G1Yx93DkZX_j-214" style="edgeStyle=orthogonalEdgeStyle;orthogonalLoop=1;jettySize=auto;html=1;dashed=1;strokeColor=#3333FF;endArrow=none;endFill=0;" target="59XTsty1G1Yx93DkZX_j-221">
          <mxGeometry relative="1" as="geometry">
            <Array as="points">
              <mxPoint x="1244" y="350" />
              <mxPoint x="1244" y="350" />
            </Array>
          </mxGeometry>
        </mxCell>
        <mxCell id="0vSBfI8_46AL9H7hPHAw-9" edge="1" parent="1" source="59XTsty1G1Yx93DkZX_j-214" style="edgeStyle=orthogonalEdgeStyle;rounded=0;orthogonalLoop=1;jettySize=auto;html=1;endArrow=none;endFill=0;" target="0vSBfI8_46AL9H7hPHAw-7" value="">
          <mxGeometry relative="1" as="geometry">
            <Array as="points">
              <mxPoint x="1120" y="270" />
              <mxPoint x="1120" y="270" />
            </Array>
          </mxGeometry>
        </mxCell>
        <mxCell id="0vSBfI8_46AL9H7hPHAw-13" edge="1" parent="1" source="59XTsty1G1Yx93DkZX_j-214" style="edgeStyle=orthogonalEdgeStyle;rounded=1;orthogonalLoop=1;jettySize=auto;html=1;entryX=0.25;entryY=0;entryDx=0;entryDy=0;curved=0;endArrow=none;endFill=0;" target="59XTsty1G1Yx93DkZX_j-222">
          <mxGeometry relative="1" as="geometry">
            <Array as="points">
              <mxPoint x="1169.35" y="390" />
              <mxPoint x="1139.35" y="390" />
            </Array>
          </mxGeometry>
        </mxCell>
        <mxCell id="0vSBfI8_46AL9H7hPHAw-36" edge="1" parent="1" source="59XTsty1G1Yx93DkZX_j-214" style="edgeStyle=orthogonalEdgeStyle;rounded=0;orthogonalLoop=1;jettySize=auto;html=1;dashed=1;strokeColor=#3333FF;endArrow=none;endFill=0;" target="0vSBfI8_46AL9H7hPHAw-7" value="">
          <mxGeometry relative="1" as="geometry">
            <Array as="points">
              <mxPoint x="1120" y="290" />
              <mxPoint x="1120" y="290" />
            </Array>
          </mxGeometry>
        </mxCell>
        <mxCell id="59XTsty1G1Yx93DkZX_j-214" parent="1" style="rounded=0;whiteSpace=wrap;html=1;fillColor=#f8cecc;strokeColor=#b85450;fontStyle=1" value="&lt;div&gt;Laptop Surface Station&lt;/div&gt;&lt;div&gt;(Toughbook)&lt;/div&gt;" vertex="1">
          <mxGeometry height="60" width="120" x="1145" y="250" as="geometry" />
        </mxCell>
        <mxCell id="0vSBfI8_46AL9H7hPHAw-10" edge="1" parent="1" source="59XTsty1G1Yx93DkZX_j-221" style="edgeStyle=orthogonalEdgeStyle;rounded=1;orthogonalLoop=1;jettySize=auto;html=1;strokeColor=#3333FF;curved=0;dashed=1;exitX=0.5;exitY=1;exitDx=0;exitDy=0;endArrow=none;endFill=0;" target="0vSBfI8_46AL9H7hPHAw-7">
          <mxGeometry relative="1" as="geometry">
            <Array as="points">
              <mxPoint x="1244" y="460" />
              <mxPoint x="1030" y="460" />
            </Array>
          </mxGeometry>
        </mxCell>
        <mxCell id="59XTsty1G1Yx93DkZX_j-221" parent="1" style="rounded=0;whiteSpace=wrap;html=1;fillColor=#b1ddf0;strokeColor=#10739e;" value="Wireless Router" vertex="1">
          <mxGeometry height="30" width="80" x="1204.35" y="410" as="geometry" />
        </mxCell>
        <mxCell id="59XTsty1G1Yx93DkZX_j-222" parent="1" style="rounded=0;whiteSpace=wrap;html=1;fillColor=#b1ddf0;strokeColor=#10739e;" value="Joystick and Throttle" vertex="1">
          <mxGeometry height="30" width="80" x="1119.35" y="410" as="geometry" />
        </mxCell>
        <mxCell id="59XTsty1G1Yx93DkZX_j-242" edge="1" parent="1" source="59XTsty1G1Yx93DkZX_j-231" style="edgeStyle=orthogonalEdgeStyle;orthogonalLoop=1;jettySize=auto;html=1;entryX=0.25;entryY=0;entryDx=0;entryDy=0;dashed=1;strokeColor=#3333FF;endArrow=none;endFill=0;" target="59XTsty1G1Yx93DkZX_j-123">
          <mxGeometry relative="1" as="geometry">
            <Array as="points">
              <mxPoint x="1055" y="900" />
              <mxPoint x="1535" y="900" />
            </Array>
          </mxGeometry>
        </mxCell>
        <mxCell id="59XTsty1G1Yx93DkZX_j-243" edge="1" parent="1" source="59XTsty1G1Yx93DkZX_j-231" style="edgeStyle=orthogonalEdgeStyle;orthogonalLoop=1;jettySize=auto;html=1;entryX=0.25;entryY=0;entryDx=0;entryDy=0;dashed=1;strokeColor=#3333FF;endArrow=none;endFill=0;" target="59XTsty1G1Yx93DkZX_j-124">
          <mxGeometry relative="1" as="geometry">
            <Array as="points">
              <mxPoint x="1055" y="900" />
              <mxPoint x="1595" y="900" />
            </Array>
          </mxGeometry>
        </mxCell>
        <mxCell id="59XTsty1G1Yx93DkZX_j-244" edge="1" parent="1" source="59XTsty1G1Yx93DkZX_j-231" style="edgeStyle=orthogonalEdgeStyle;orthogonalLoop=1;jettySize=auto;html=1;entryX=0.25;entryY=0;entryDx=0;entryDy=0;dashed=1;strokeColor=#3333FF;endArrow=none;endFill=0;" target="59XTsty1G1Yx93DkZX_j-122">
          <mxGeometry relative="1" as="geometry">
            <Array as="points">
              <mxPoint x="1055" y="900" />
              <mxPoint x="1475" y="900" />
            </Array>
          </mxGeometry>
        </mxCell>
        <mxCell id="59XTsty1G1Yx93DkZX_j-245" edge="1" parent="1" source="59XTsty1G1Yx93DkZX_j-231" style="edgeStyle=orthogonalEdgeStyle;orthogonalLoop=1;jettySize=auto;html=1;entryX=0.25;entryY=0;entryDx=0;entryDy=0;dashed=1;strokeColor=#3333FF;endArrow=none;endFill=0;" target="59XTsty1G1Yx93DkZX_j-121">
          <mxGeometry relative="1" as="geometry">
            <Array as="points">
              <mxPoint x="1055" y="900" />
              <mxPoint x="1415" y="900" />
            </Array>
          </mxGeometry>
        </mxCell>
        <mxCell id="59XTsty1G1Yx93DkZX_j-246" edge="1" parent="1" source="59XTsty1G1Yx93DkZX_j-231" style="edgeStyle=orthogonalEdgeStyle;orthogonalLoop=1;jettySize=auto;html=1;entryX=0.25;entryY=0;entryDx=0;entryDy=0;dashed=1;strokeColor=#3333FF;endArrow=none;endFill=0;" target="59XTsty1G1Yx93DkZX_j-118">
          <mxGeometry relative="1" as="geometry">
            <Array as="points">
              <mxPoint x="1055" y="900" />
              <mxPoint x="1355" y="900" />
            </Array>
          </mxGeometry>
        </mxCell>
        <mxCell id="59XTsty1G1Yx93DkZX_j-247" edge="1" parent="1" source="59XTsty1G1Yx93DkZX_j-231" style="edgeStyle=orthogonalEdgeStyle;orthogonalLoop=1;jettySize=auto;html=1;entryX=0.25;entryY=0;entryDx=0;entryDy=0;dashed=1;strokeColor=#3333FF;endArrow=none;endFill=0;" target="59XTsty1G1Yx93DkZX_j-117">
          <mxGeometry relative="1" as="geometry">
            <Array as="points">
              <mxPoint x="1055" y="900" />
              <mxPoint x="1295" y="900" />
            </Array>
          </mxGeometry>
        </mxCell>
        <mxCell id="59XTsty1G1Yx93DkZX_j-248" edge="1" parent="1" source="59XTsty1G1Yx93DkZX_j-231" style="edgeStyle=orthogonalEdgeStyle;orthogonalLoop=1;jettySize=auto;html=1;entryX=0.25;entryY=0;entryDx=0;entryDy=0;dashed=1;strokeColor=#3333FF;endArrow=none;endFill=0;" target="59XTsty1G1Yx93DkZX_j-120">
          <mxGeometry relative="1" as="geometry">
            <Array as="points">
              <mxPoint x="1055" y="900" />
              <mxPoint x="1235" y="900" />
            </Array>
          </mxGeometry>
        </mxCell>
        <mxCell id="59XTsty1G1Yx93DkZX_j-249" edge="1" parent="1" source="59XTsty1G1Yx93DkZX_j-231" style="edgeStyle=orthogonalEdgeStyle;orthogonalLoop=1;jettySize=auto;html=1;entryX=0.25;entryY=0;entryDx=0;entryDy=0;dashed=1;strokeColor=#3333FF;endArrow=none;endFill=0;" target="59XTsty1G1Yx93DkZX_j-116">
          <mxGeometry relative="1" as="geometry">
            <Array as="points">
              <mxPoint x="1055" y="900" />
              <mxPoint x="1175" y="900" />
            </Array>
          </mxGeometry>
        </mxCell>
        <mxCell id="0vSBfI8_46AL9H7hPHAw-2" edge="1" parent="1" source="59XTsty1G1Yx93DkZX_j-231" style="edgeStyle=orthogonalEdgeStyle;rounded=1;orthogonalLoop=1;jettySize=auto;html=1;entryX=0;entryY=0.5;entryDx=0;entryDy=0;dashed=1;strokeColor=#3333FF;curved=0;endArrow=none;endFill=0;" target="59XTsty1G1Yx93DkZX_j-155">
          <mxGeometry relative="1" as="geometry" />
        </mxCell>
        <mxCell id="0vSBfI8_46AL9H7hPHAw-6" edge="1" parent="1" source="59XTsty1G1Yx93DkZX_j-231" style="edgeStyle=orthogonalEdgeStyle;rounded=1;orthogonalLoop=1;jettySize=auto;html=1;entryX=0;entryY=0.5;entryDx=0;entryDy=0;curved=0;dashed=1;strokeColor=#3333FF;endArrow=none;endFill=0;" target="0vSBfI8_46AL9H7hPHAw-3">
          <mxGeometry relative="1" as="geometry" />
        </mxCell>
        <mxCell id="59XTsty1G1Yx93DkZX_j-231" parent="1" style="rounded=0;whiteSpace=wrap;html=1;fillColor=#b1ddf0;strokeColor=#10739e;" value="Motor Controller" vertex="1">
          <mxGeometry height="30" width="80" x="1015" y="860" as="geometry" />
        </mxCell>
        <mxCell id="0vSBfI8_46AL9H7hPHAw-3" parent="1" style="rounded=0;whiteSpace=wrap;html=1;fillColor=#b1ddf0;strokeColor=#10739e;" value="Spinner Tool Servo" vertex="1">
          <mxGeometry height="30" width="80" x="1165" y="780" as="geometry" />
        </mxCell>
        <mxCell id="0vSBfI8_46AL9H7hPHAw-30" edge="1" parent="1" source="0vSBfI8_46AL9H7hPHAw-7" style="edgeStyle=orthogonalEdgeStyle;rounded=1;orthogonalLoop=1;jettySize=auto;html=1;entryX=0.167;entryY=-0.009;entryDx=0;entryDy=0;dashed=1;strokeColor=#3333FF;curved=0;entryPerimeter=0;endArrow=none;endFill=0;" target="59XTsty1G1Yx93DkZX_j-111">
          <mxGeometry relative="1" as="geometry">
            <Array as="points">
              <mxPoint x="940" y="280" />
            </Array>
          </mxGeometry>
        </mxCell>
        <mxCell id="0vSBfI8_46AL9H7hPHAw-40" connectable="0" parent="0vSBfI8_46AL9H7hPHAw-30" style="edgeLabel;html=1;align=center;verticalAlign=middle;resizable=0;points=[];" value="TETHER (DATA)" vertex="1">
          <mxGeometry relative="1" x="-0.3495" as="geometry">
            <mxPoint as="offset" />
          </mxGeometry>
        </mxCell>
        <mxCell id="0vSBfI8_46AL9H7hPHAw-7" parent="1" style="rounded=0;whiteSpace=wrap;html=1;fillColor=#f8cecc;strokeColor=#b85450;fontStyle=1" value="Fathom-X Tether Interface" vertex="1">
          <mxGeometry height="60" width="120" x="975" y="250" as="geometry" />
        </mxCell>
        <mxCell id="0vSBfI8_46AL9H7hPHAw-19" parent="1" style="text;html=1;whiteSpace=wrap;strokeColor=none;fillColor=none;align=center;verticalAlign=middle;rounded=0;rotation=270;" value="&lt;font face=&quot;Helvetica&quot; style=&quot;font-size: 28px;&quot;&gt;&lt;b&gt;&lt;span style=&quot;color: rgb(0, 102, 204);&quot;&gt;IN WATER&lt;/span&gt;&lt;/b&gt;&lt;/font&gt;" vertex="1">
          <mxGeometry height="30" width="140.65" x="809.03" y="549.67" as="geometry" />
        </mxCell>
        <mxCell id="0vSBfI8_46AL9H7hPHAw-21" edge="1" parent="1" style="endArrow=none;html=1;rounded=0;strokeWidth=3;fillColor=#fad7ac;strokeColor=#b46504;shadow=1;" value="">
          <mxGeometry height="50" relative="1" width="50" as="geometry">
            <mxPoint x="889.35" y="480" as="sourcePoint" />
            <mxPoint x="890" y="150" as="targetPoint" />
          </mxGeometry>
        </mxCell>
        <mxCell id="0vSBfI8_46AL9H7hPHAw-24" edge="1" parent="1" style="endArrow=none;html=1;rounded=0;strokeWidth=3;fillColor=#fad7ac;strokeColor=#b46504;shadow=1;" value="">
          <mxGeometry height="50" relative="1" width="50" as="geometry">
            <mxPoint x="890" y="150" as="sourcePoint" />
            <mxPoint x="1639.35" y="150" as="targetPoint" />
          </mxGeometry>
        </mxCell>
        <mxCell id="0vSBfI8_46AL9H7hPHAw-25" edge="1" parent="1" style="endArrow=none;html=1;rounded=0;strokeWidth=3;fillColor=#fad7ac;strokeColor=#b46504;shadow=1;" value="">
          <mxGeometry height="50" relative="1" width="50" as="geometry">
            <mxPoint x="1639.35" y="480" as="sourcePoint" />
            <mxPoint x="1639.35" y="150" as="targetPoint" />
          </mxGeometry>
        </mxCell>
        <mxCell id="0vSBfI8_46AL9H7hPHAw-26" edge="1" parent="1" style="endArrow=none;html=1;rounded=0;strokeWidth=3;fillColor=#fad7ac;strokeColor=#b46504;shadow=1;" value="">
          <mxGeometry height="50" relative="1" width="50" as="geometry">
            <mxPoint x="889.35" y="480" as="sourcePoint" />
            <mxPoint x="1639.35" y="480" as="targetPoint" />
          </mxGeometry>
        </mxCell>
        <mxCell id="0vSBfI8_46AL9H7hPHAw-27" parent="1" style="text;html=1;whiteSpace=wrap;strokeColor=none;fillColor=none;align=center;verticalAlign=middle;rounded=0;rotation=270;" value="&lt;font style=&quot;font-size: 28px; color: rgb(180, 101, 4);&quot;&gt;&lt;b&gt;SURFACE&lt;/b&gt;&lt;/font&gt;" vertex="1">
          <mxGeometry height="30" width="140" x="809.35" y="390" as="geometry" />
        </mxCell>
        <mxCell id="0vSBfI8_46AL9H7hPHAw-37" parent="1" style="rounded=0;whiteSpace=wrap;html=1;fillColor=#b1ddf0;strokeColor=#10739e;" value="Camera" vertex="1">
          <mxGeometry height="30" width="80" x="1165" y="620" as="geometry" />
        </mxCell>
      </root>
    </mxGraphModel>
  </diagram>
</mxfile>
